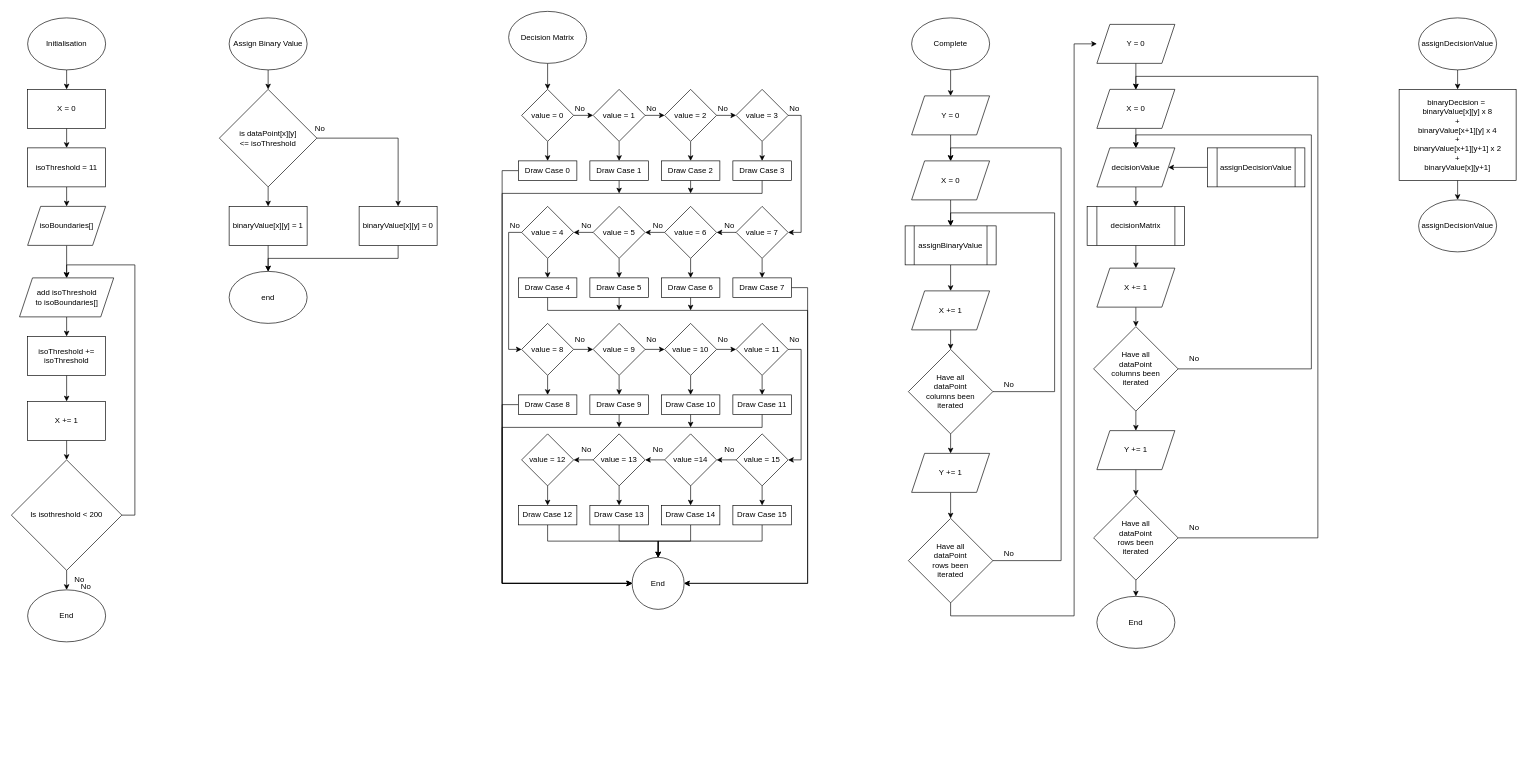
Before: Assets/isolinealgorithm.drawio in olliej111/RTS-Unit-Control, a draw.io diagram. Source tidied: cells renumbered, new cells numbered last; positions are measured from the earlier drawing's top-left corner, leaving out a move shared by most shapes. Both pictures are drawn from the tidied source at 65%, with x=0, y=0 at pixel (11, 11).
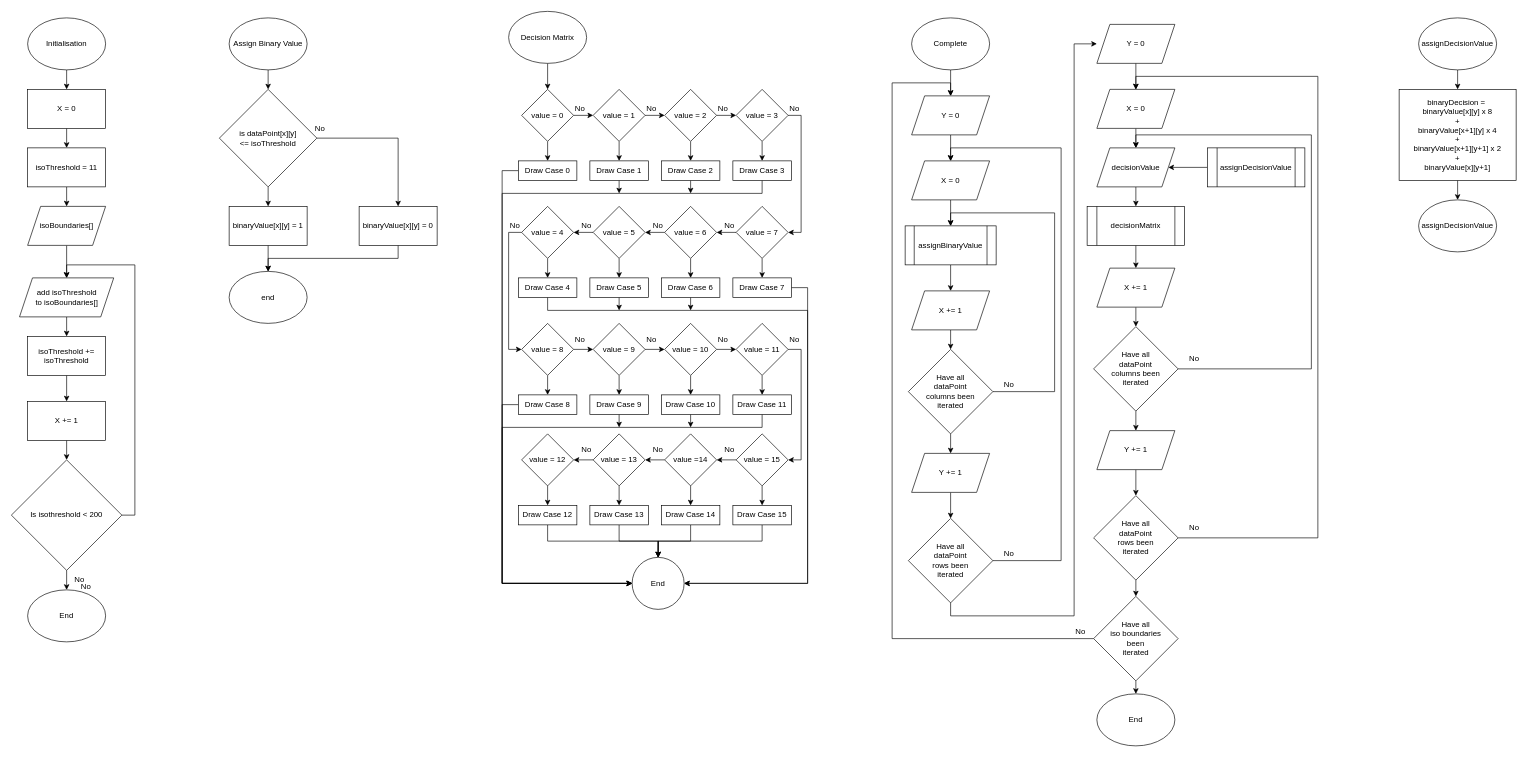
After the change.

The change refers to these unchanged cells:
```xml
<mxCell id="133" value="Y = 0" style="shape=parallelogram;perimeter=parallelogramPerimeter;whiteSpace=wrap;html=1;fixedSize=1;" parent="1" vertex="1">
  <mxGeometry x="1385" y="130" width="120" height="60" as="geometry" />
</mxCell>
<mxCell id="162" value="Have all&lt;br&gt;dataPoint&lt;br&gt;rows been&lt;br&gt;iterated" style="rhombus;whiteSpace=wrap;html=1;" parent="1" vertex="1">
  <mxGeometry x="1665" y="745" width="130" height="130" as="geometry" />
</mxCell>
```

Change to the diagram source:
```diff
@@
-    <mxCell id="161" style="edgeStyle=orthogonalEdgeStyle;rounded=0;jettySize=auto;html=1;exitX=0.5;exitY=1;exitDx=0;exitDy=0;entryX=0.5;entryY=0;entryDx=0;entryDy=0;" parent="1" edge="1" source="162" target="168">
-      <mxGeometry relative="1" as="geometry" />
-    </mxCell>
+    <mxCell id="178" style="edgeStyle=orthogonalEdgeStyle;rounded=0;jettySize=auto;html=1;exitX=0.5;exitY=1;exitDx=0;exitDy=0;entryX=0.5;entryY=0;entryDx=0;entryDy=0;" parent="1" edge="1" source="162" target="181">
+      <mxGeometry relative="1" as="geometry" />
+    </mxCell>
@@
     <mxCell id="168" value="End" style="ellipse;whiteSpace=wrap;html=1;" parent="1" vertex="1">
-      <mxGeometry x="1670" y="900" width="120" height="80" as="geometry" />
+      <mxGeometry x="1670" y="1050" width="120" height="80" as="geometry" />
     </mxCell>
@@
+    <mxCell id="179" style="edgeStyle=orthogonalEdgeStyle;rounded=0;jettySize=auto;html=1;exitX=0;exitY=0.5;exitDx=0;exitDy=0;entryX=0.5;entryY=0;entryDx=0;entryDy=0;" parent="1" edge="1" source="181" target="133">
+      <mxGeometry relative="1" as="geometry">
+        <Array as="points">
+          <mxPoint x="1355" y="965" />
+          <mxPoint x="1355" y="110" />
+          <mxPoint x="1445" y="110" />
+        </Array>
+      </mxGeometry>
+    </mxCell>
+    <mxCell id="180" style="edgeStyle=orthogonalEdgeStyle;rounded=0;jettySize=auto;html=1;exitX=0.5;exitY=1;exitDx=0;exitDy=0;entryX=0.5;entryY=0;entryDx=0;entryDy=0;" parent="1" edge="1" source="181" target="168">
+      <mxGeometry relative="1" as="geometry" />
+    </mxCell>
+    <mxCell id="181" value="Have all&lt;br&gt;iso boundaries &lt;br&gt;been&lt;br&gt;iterated" style="rhombus;whiteSpace=wrap;html=1;" parent="1" vertex="1">
+      <mxGeometry x="1665" y="900" width="130" height="130" as="geometry" />
+    </mxCell>
+    <mxCell id="182" value="No" style="text;html=1;strokeColor=none;fillColor=none;align=center;verticalAlign=middle;whiteSpace=wrap;rounded=0;" parent="1" vertex="1">
+      <mxGeometry x="1615" y="940" width="60" height="30" as="geometry" />
+    </mxCell>
```
